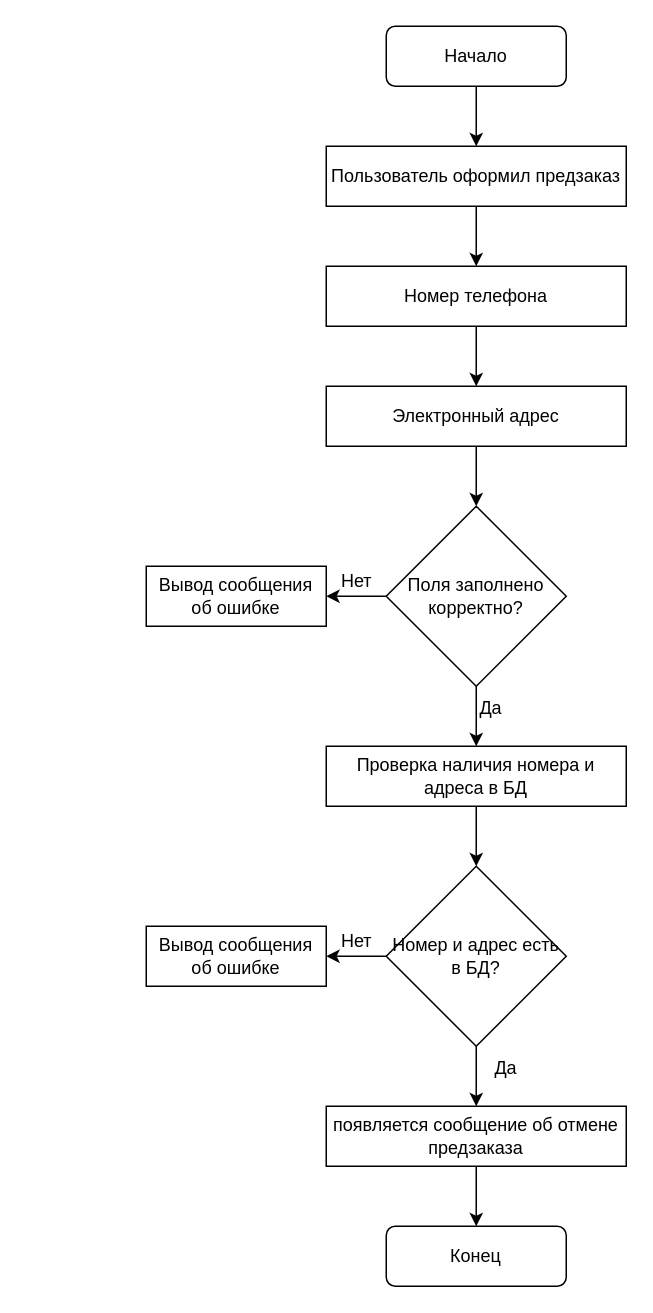
This is Диаграмма без названия.drawio from AlexTLG/Yandex.Praktikum.QA, a draw.io file, before an edit. Source tidied: cells renumbered, new cells numbered last; positions are measured from the earlier drawing's top-left corner, leaving out a move shared by most shapes. Both pictures are drawn from the tidied source at 150%, with x=0, y=0 at pixel (146, 26).
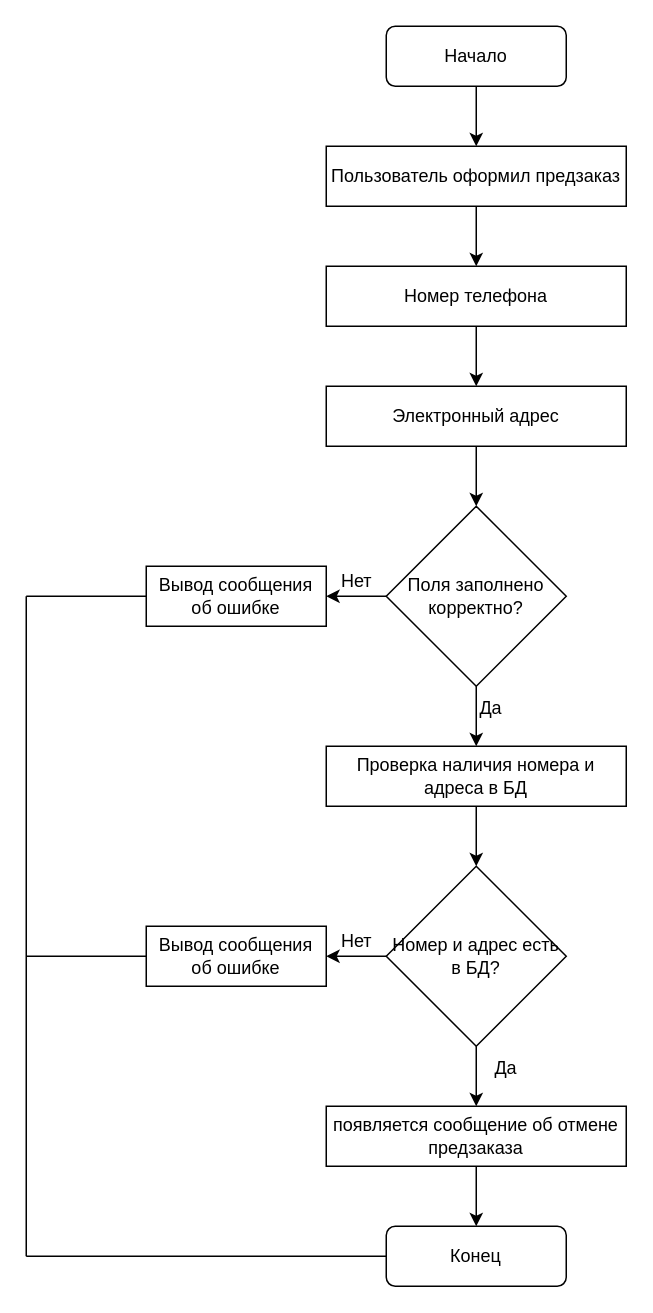
After the change.

The change refers to these unchanged cells:
```xml
<mxCell id="3" value="Конец" style="rounded=1;whiteSpace=wrap;html=1;fontSize=12;glass=0;strokeWidth=1;shadow=0;" parent="1" vertex="1">
  <mxGeometry x="160" y="800" width="120" height="40" as="geometry" />
</mxCell>
<mxCell id="13" value="Вывод сообщения об ошибке" style="rounded=0;whiteSpace=wrap;html=1;" parent="1" vertex="1">
  <mxGeometry y="360" width="120" height="40" as="geometry" />
</mxCell>
<mxCell id="20" value="Вывод сообщения об ошибке" style="rounded=0;whiteSpace=wrap;html=1;" parent="1" vertex="1">
  <mxGeometry y="600" width="120" height="40" as="geometry" />
</mxCell>
```

The edit, as a diff of the source:
```diff
@@
+    <mxCell id="27" style="endArrow=none;html=1;rounded=0;entryX=0;entryY=0.5;entryDx=0;entryDy=0;" parent="1" edge="1" target="13">
+      <mxGeometry relative="1" as="geometry">
+        <mxPoint x="-80" y="380" as="sourcePoint" />
+      </mxGeometry>
+    </mxCell>
+    <mxCell id="28" style="endArrow=none;html=1;rounded=0;" parent="1" edge="1">
+      <mxGeometry relative="1" as="geometry">
+        <mxPoint x="-80" y="380" as="sourcePoint" />
+        <mxPoint x="-80" y="820" as="targetPoint" />
+      </mxGeometry>
+    </mxCell>
+    <mxCell id="29" style="endArrow=none;html=1;rounded=0;exitX=0;exitY=0.5;exitDx=0;exitDy=0;" parent="1" edge="1" source="3">
+      <mxGeometry relative="1" as="geometry">
+        <mxPoint x="-80" y="820" as="targetPoint" />
+      </mxGeometry>
+    </mxCell>
+    <mxCell id="30" style="endArrow=none;html=1;rounded=0;entryX=0;entryY=0.5;entryDx=0;entryDy=0;" parent="1" edge="1" target="20">
+      <mxGeometry relative="1" as="geometry">
+        <mxPoint x="-80" y="620" as="sourcePoint" />
+      </mxGeometry>
+    </mxCell>
```
